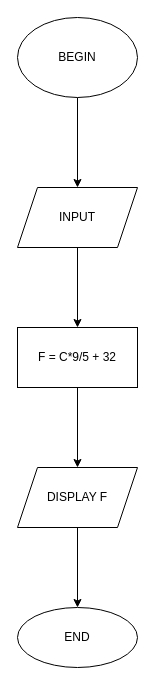
Chienle26/C1121G1---LE-VAN-CHIEN keeps this draw.io diagram as ss3_Mo_ta_thuat_toan_bang_Pseudo_code_&_Flowchart/thuc_hanh/thuat_toan_chuyen_doi_nhiet_do/thuat_toan_chuyen_doi_nhiet_do.drawio. Above is the earlier version. Source tidied: cells renumbered, new cells numbered last; positions are measured from the earlier drawing's top-left corner, leaving out a move shared by most shapes. Both pictures are drawn from the tidied source at 100%, with x=0, y=0 at pixel (17, 17).
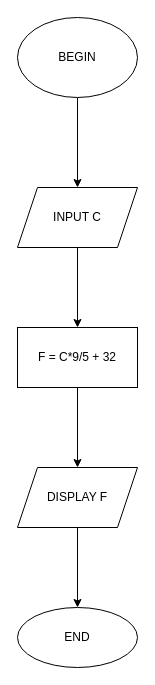
The same diagram, later.

The edit, as a diff of the source:
```diff
@@
 <mxGraphModel>
   <root>
     <mxCell id="0" />
     <mxCell id="1" parent="0" />
     <mxCell id="2" style="edgeStyle=orthogonalEdgeStyle;rounded=0;jettySize=auto;html=1;" parent="1" edge="1" source="3" target="5">
       <mxGeometry relative="1" as="geometry" />
     </mxCell>
     <mxCell id="3" value="BEGIN" style="ellipse;whiteSpace=wrap;html=1;" parent="1" vertex="1">
       <mxGeometry width="120" height="80" as="geometry" />
     </mxCell>
     <mxCell id="4" style="edgeStyle=orthogonalEdgeStyle;rounded=0;jettySize=auto;html=1;" parent="1" edge="1" source="5" target="7">
       <mxGeometry relative="1" as="geometry" />
     </mxCell>
-    <mxCell id="5" value="INPUT" style="shape=parallelogram;perimeter=parallelogramPerimeter;whiteSpace=wrap;html=1;fixedSize=1;" parent="1" vertex="1">
+    <mxCell id="5" value="INPUT C" style="shape=parallelogram;perimeter=parallelogramPerimeter;whiteSpace=wrap;html=1;fixedSize=1;" parent="1" vertex="1">
       <mxGeometry y="170" width="120" height="60" as="geometry" />
     </mxCell>
     <mxCell id="6" style="edgeStyle=orthogonalEdgeStyle;rounded=0;jettySize=auto;html=1;" parent="1" edge="1" source="7" target="9">
       <mxGeometry relative="1" as="geometry" />
     </mxCell>
     <mxCell id="7" value="F = C*9/5 + 32" style="whiteSpace=wrap;html=1;" parent="1" vertex="1">
       <mxGeometry y="310" width="120" height="60" as="geometry" />
     </mxCell>
     <mxCell id="8" style="edgeStyle=orthogonalEdgeStyle;rounded=0;jettySize=auto;html=1;" parent="1" edge="1" source="9" target="10">
       <mxGeometry relative="1" as="geometry" />
     </mxCell>
     <mxCell id="9" value="DISPLAY F" style="shape=parallelogram;perimeter=parallelogramPerimeter;whiteSpace=wrap;html=1;fixedSize=1;" parent="1" vertex="1">
       <mxGeometry y="450" width="120" height="60" as="geometry" />
     </mxCell>
     <mxCell id="10" value="END" style="ellipse;whiteSpace=wrap;html=1;" parent="1" vertex="1">
       <mxGeometry y="590" width="120" height="60" as="geometry" />
     </mxCell>
   </root>
 </mxGraphModel>
```
